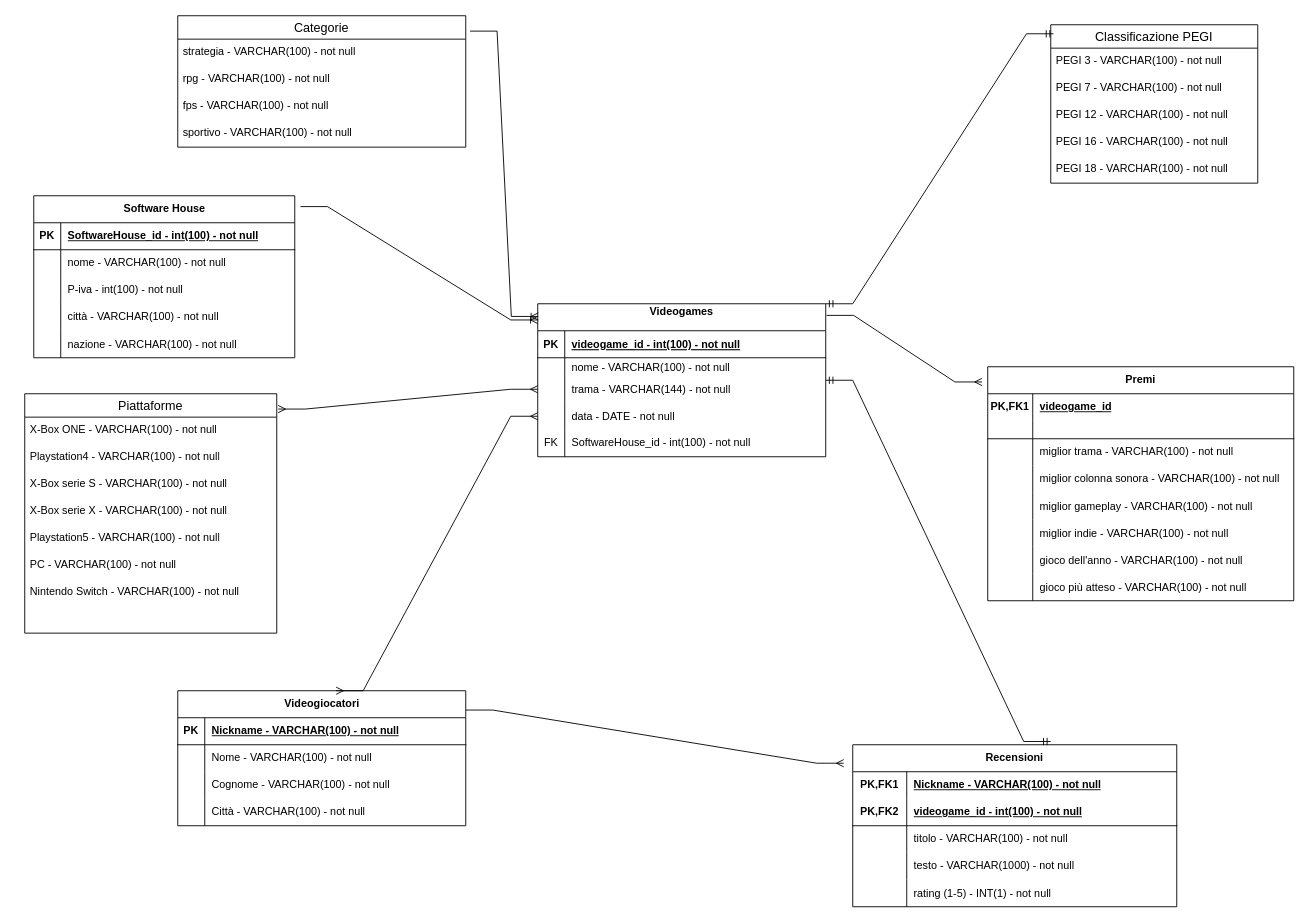
Before: Diagramma senza titolo.drawio in LeonardoFilesi/db-videogames, a draw.io diagram. Source tidied: cells renumbered, new cells numbered last; positions are measured from the earlier drawing's top-left corner, leaving out a move shared by most shapes. Both pictures are drawn from the tidied source at 90%, with x=0, y=0 at pixel (24, -39).
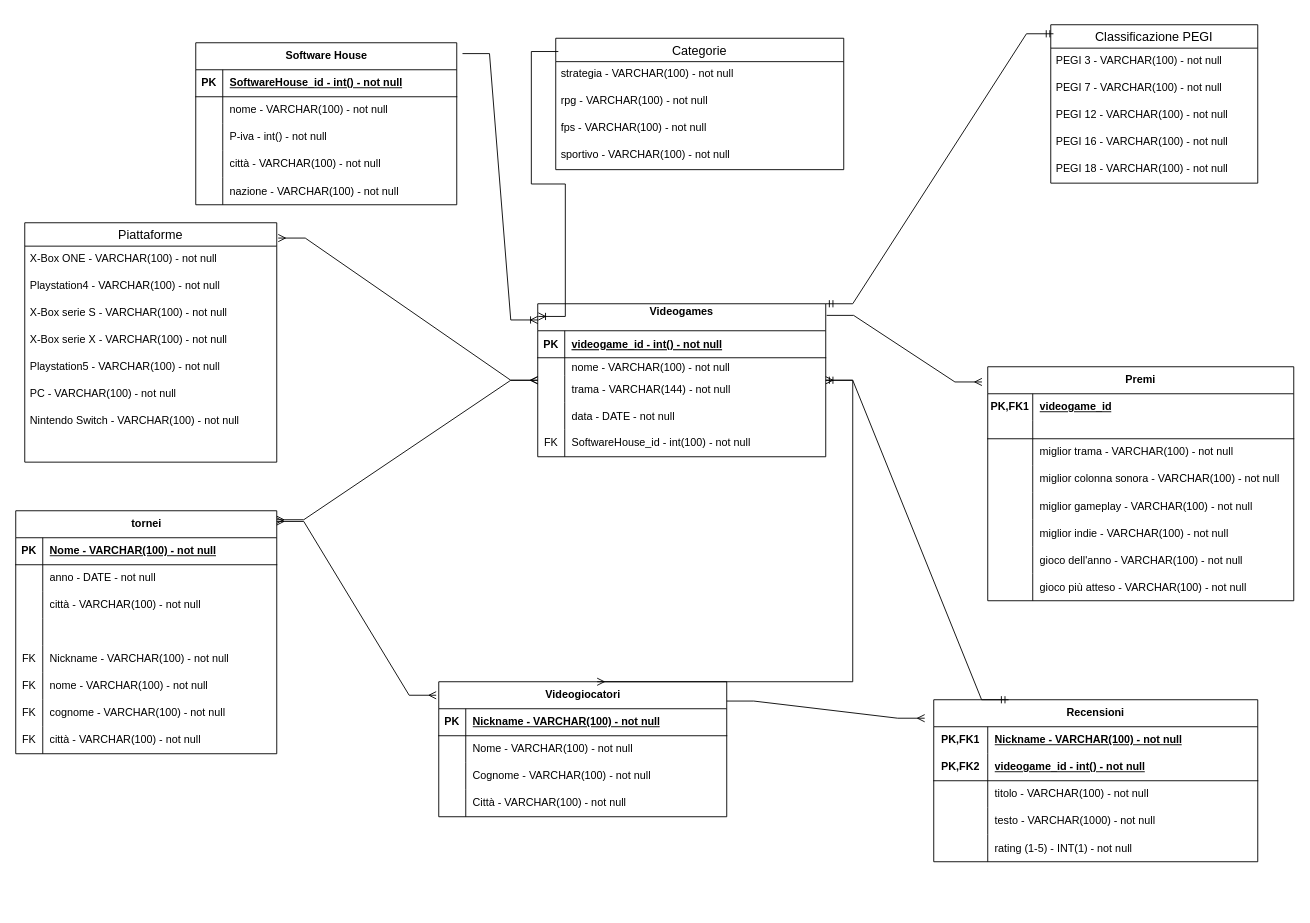
After the change.

The change refers to these unchanged cells:
```xml
<mxCell id="2" value="Videogames&#10;" style="shape=table;startSize=30;childLayout=tableLayout;rowLines=0;fontStyle=1;align=center;" parent="1" vertex="1">
  <mxGeometry x="570" y="380" width="320" height="170" as="geometry" />
</mxCell>
<mxCell id="3" style="shape=partialRectangle;fillColor=none;top=0;left=0;right=0;bottom=1;" parent="2" vertex="1">
  <mxGeometry y="30" width="320" height="30" as="geometry" />
</mxCell>
<mxCell id="9" style="shape=tableRow;horizontal=0;startSize=0;swimlaneHead=0;swimlaneBody=0;fillColor=none;points=[[0,0.5],[1,0.5]];portConstraint=eastwest;top=0;left=0;right=0;bottom=0;" parent="2" vertex="1">
  <mxGeometry y="80" width="320" height="30" as="geometry" />
</mxCell>
<mxCell id="12" style="shape=partialRectangle;fillColor=none;points=[[0,0.5],[1,0.5]];portConstraint=eastwest;top=0;left=0;right=0;bottom=0;" parent="2" vertex="1">
  <mxGeometry y="110" width="320" height="30" as="geometry" />
</mxCell>
<mxCell id="19" style="shape=tableRow;horizontal=0;startSize=0;swimlaneHead=0;swimlaneBody=0;fillColor=none;top=0;left=0;right=0;bottom=1;" parent="18" vertex="1">
  <mxGeometry y="30" width="290" height="30" as="geometry" />
</mxCell>
<mxCell id="25" style="shape=tableRow;horizontal=0;startSize=0;swimlaneHead=0;swimlaneBody=0;fillColor=none;top=0;left=0;right=0;bottom=0;" parent="18" vertex="1">
  <mxGeometry y="90" width="290" height="30" as="geometry" />
</mxCell>
<mxCell id="71" style="shape=tableRow;horizontal=0;startSize=0;swimlaneHead=0;swimlaneBody=0;fillColor=none;top=0;left=0;right=0;bottom=1;html=1;" parent="67" vertex="1">
  <mxGeometry y="60" width="360" height="30" as="geometry" />
</mxCell>
```

What changed in the source:
```diff
@@
-    <mxCell id="5" value="videogame_id - int(100) - not null" style="shape=partialRectangle;overflow=hidden;fillColor=none;top=0;left=0;bottom=0;right=0;align=left;spacingLeft=6;fontStyle=5;" parent="3" vertex="1">
+    <mxCell id="5" value="videogame_id - int() - not null" style="shape=partialRectangle;overflow=hidden;fillColor=none;top=0;left=0;bottom=0;right=0;align=left;spacingLeft=6;fontStyle=5;" parent="3" vertex="1">
       <mxGeometry x="30" width="290" height="30" as="geometry" />
     </mxCell>
@@
     <mxCell id="18" value="Software House" style="shape=table;startSize=30;childLayout=tableLayout;rowLines=0;fontStyle=1;align=center;html=1;" parent="1" vertex="1">
-      <mxGeometry x="10" y="260" width="290" height="180" as="geometry" />
+      <mxGeometry x="190" y="90" width="290" height="180" as="geometry" />
     </mxCell>
@@
-    <mxCell id="21" value="SoftwareHouse_id&amp;nbsp;- int(100) - not null" style="shape=partialRectangle;fillColor=none;top=0;left=0;bottom=0;right=0;align=left;spacingLeft=6;fontStyle=5;overflow=hidden;whiteSpace=wrap;html=1;" parent="19" vertex="1">
+    <mxCell id="21" value="SoftwareHouse_id&amp;nbsp;- int() - not null" style="shape=partialRectangle;fillColor=none;top=0;left=0;bottom=0;right=0;align=left;spacingLeft=6;fontStyle=5;overflow=hidden;whiteSpace=wrap;html=1;" parent="19" vertex="1">
       <mxGeometry x="30" width="260" height="30" as="geometry" />
     </mxCell>
@@
-    <mxCell id="27" value="P-iva - int(100) - not null" style="shape=partialRectangle;fillColor=none;top=0;left=0;bottom=0;right=0;align=left;spacingLeft=6;overflow=hidden;whiteSpace=wrap;html=1;" parent="25" vertex="1">
+    <mxCell id="27" value="P-iva - int() - not null" style="shape=partialRectangle;fillColor=none;top=0;left=0;bottom=0;right=0;align=left;spacingLeft=6;overflow=hidden;whiteSpace=wrap;html=1;" parent="25" vertex="1">
       <mxGeometry x="30" width="260" height="30" as="geometry" />
     </mxCell>
@@
     <mxCell id="34" value="Piattaforme" style="swimlane;fontStyle=0;horizontal=1;startSize=26;align=center;fontSize=14;" parent="1" vertex="1">
-      <mxGeometry y="480" width="280" height="266" as="geometry" />
+      <mxGeometry y="290" width="280" height="266" as="geometry" />
     </mxCell>
@@
     <mxCell id="43" value="Categorie" style="swimlane;fontStyle=0;horizontal=1;startSize=26;align=center;fontSize=14;" parent="1" vertex="1">
-      <mxGeometry x="170" y="60" width="320" height="146" as="geometry" />
+      <mxGeometry x="590" y="85" width="320" height="146" as="geometry" />
     </mxCell>
@@
     <mxCell id="54" value="Videogiocatori" style="shape=table;startSize=30;childLayout=tableLayout;rowLines=0;fontStyle=1;align=center;html=1;" parent="1" vertex="1">
-      <mxGeometry x="170" y="810" width="320" height="150" as="geometry" />
+      <mxGeometry x="460" y="800" width="320" height="150" as="geometry" />
     </mxCell>
@@
     <mxCell id="67" value="Recensioni" style="shape=table;startSize=30;childLayout=tableLayout;rowLines=0;fontStyle=1;align=center;html=1;whiteSpace=wrap;" parent="1" vertex="1">
-      <mxGeometry x="920" y="870" width="360" height="180" as="geometry" />
+      <mxGeometry x="1010" y="820" width="360" height="180" as="geometry" />
     </mxCell>
@@
-    <mxCell id="73" value="videogame_id&amp;nbsp;- int(100) - not null" style="shape=partialRectangle;fillColor=none;top=0;left=0;bottom=0;right=0;align=left;spacingLeft=6;fontStyle=5;overflow=hidden;html=1;whiteSpace=wrap;" parent="71" vertex="1">
+    <mxCell id="73" value="videogame_id&amp;nbsp;- int() - not null" style="shape=partialRectangle;fillColor=none;top=0;left=0;bottom=0;right=0;align=left;spacingLeft=6;fontStyle=5;overflow=hidden;html=1;whiteSpace=wrap;" parent="71" vertex="1">
       <mxGeometry x="60" width="300" height="30" as="geometry" />
     </mxCell>
@@
-    <mxCell id="83" style="edgeStyle=entityRelationEdgeStyle;fontSize=12;html=1;endArrow=ERmany;startArrow=ERmany;rounded=0;entryX=0;entryY=0.5;entryDx=0;entryDy=0;exitX=1.006;exitY=0.064;exitDx=0;exitDy=0;exitPerimeter=0;" parent="1" edge="1" source="34" target="9">
+    <mxCell id="83" style="edgeStyle=entityRelationEdgeStyle;fontSize=12;html=1;endArrow=ERmany;startArrow=ERmany;rounded=0;exitX=1.006;exitY=0.064;exitDx=0;exitDy=0;exitPerimeter=0;" parent="1" edge="1" source="34" target="2">
       <mxGeometry relative="1" as="geometry">
         <Array as="points">
           <mxPoint x="500" y="420" />
         </Array>
       </mxGeometry>
     </mxCell>
-    <mxCell id="84" style="edgeStyle=entityRelationEdgeStyle;fontSize=12;html=1;endArrow=ERoneToMany;rounded=0;exitX=1.015;exitY=0.117;exitDx=0;exitDy=0;exitPerimeter=0;entryX=0.002;entryY=0.083;entryDx=0;entryDy=0;entryPerimeter=0;" parent="1" edge="1" source="43" target="2">
+    <mxCell id="84" style="edgeStyle=entityRelationEdgeStyle;fontSize=12;html=1;endArrow=ERoneToMany;rounded=0;exitX=0.009;exitY=0.101;exitDx=0;exitDy=0;exitPerimeter=0;entryX=0.002;entryY=0.083;entryDx=0;entryDy=0;entryPerimeter=0;" parent="1" edge="1" source="43" target="2">
       <mxGeometry relative="1" as="geometry">
         <Array as="points">
           <mxPoint x="540" y="280" />
           <mxPoint x="570" y="360" />
         </Array>
       </mxGeometry>
     </mxCell>
@@
-    <mxCell id="89" style="edgeStyle=entityRelationEdgeStyle;fontSize=12;html=1;endArrow=ERmandOne;startArrow=ERmandOne;rounded=0;entryX=0.611;entryY=-0.02;entryDx=0;entryDy=0;entryPerimeter=0;" parent="1" edge="1" source="2" target="67">
+    <mxCell id="89" style="edgeStyle=entityRelationEdgeStyle;fontSize=12;html=1;endArrow=ERmandOne;startArrow=ERmandOne;rounded=0;entryX=0.231;entryY=0;entryDx=0;entryDy=0;entryPerimeter=0;" parent="1" edge="1" source="2" target="67">
       <mxGeometry relative="1" as="geometry" />
     </mxCell>
-    <mxCell id="90" style="edgeStyle=entityRelationEdgeStyle;fontSize=12;html=1;endArrow=ERmany;startArrow=ERmany;rounded=0;entryX=0;entryY=0.5;entryDx=0;entryDy=0;exitX=0.55;exitY=0;exitDx=0;exitDy=0;exitPerimeter=0;" parent="1" edge="1" source="54" target="12">
+    <mxCell id="90" style="edgeStyle=entityRelationEdgeStyle;fontSize=12;html=1;endArrow=ERmany;startArrow=ERmany;rounded=0;exitX=0.55;exitY=0;exitDx=0;exitDy=0;exitPerimeter=0;" parent="1" edge="1" source="54" target="2">
       <mxGeometry relative="1" as="geometry">
         <Array as="points">
           <mxPoint x="290" y="590" />
+          <mxPoint x="540" y="690" />
           <mxPoint x="390" y="620" />
         </Array>
       </mxGeometry>
     </mxCell>
@@
+    <mxCell id="116" value="tornei" style="shape=table;startSize=30;childLayout=tableLayout;rowLines=0;fontStyle=1;align=center;html=1;" parent="1" vertex="1">
+      <mxGeometry x="-10" y="610" width="290" height="270" as="geometry" />
+    </mxCell>
+    <mxCell id="117" style="shape=tableRow;horizontal=0;startSize=0;swimlaneHead=0;swimlaneBody=0;fillColor=none;top=0;left=0;right=0;bottom=1;" parent="116" vertex="1">
+      <mxGeometry y="30" width="290" height="30" as="geometry" />
+    </mxCell>
+    <mxCell id="118" value="PK" style="shape=partialRectangle;fillColor=none;top=0;left=0;bottom=0;right=0;fontStyle=1;overflow=hidden;whiteSpace=wrap;html=1;" parent="117" vertex="1">
+      <mxGeometry width="30" height="30" as="geometry" />
+    </mxCell>
+    <mxCell id="119" value="Nome - VARCHAR(100) - not null" style="shape=partialRectangle;fillColor=none;top=0;left=0;bottom=0;right=0;align=left;spacingLeft=6;fontStyle=5;overflow=hidden;whiteSpace=wrap;html=1;" parent="117" vertex="1">
+      <mxGeometry x="30" width="260" height="30" as="geometry" />
+    </mxCell>
+    <mxCell id="120" style="shape=tableRow;horizontal=0;startSize=0;swimlaneHead=0;swimlaneBody=0;fillColor=none;top=0;left=0;right=0;bottom=0;" parent="116" vertex="1">
+      <mxGeometry y="60" width="290" height="30" as="geometry" />
+    </mxCell>
+    <mxCell id="121" style="shape=partialRectangle;fillColor=none;top=0;left=0;bottom=0;right=0;overflow=hidden;whiteSpace=wrap;html=1;" parent="120" vertex="1">
+      <mxGeometry width="30" height="30" as="geometry" />
+    </mxCell>
+    <mxCell id="122" value="anno - DATE - not null" style="shape=partialRectangle;fillColor=none;top=0;left=0;bottom=0;right=0;align=left;spacingLeft=6;overflow=hidden;whiteSpace=wrap;html=1;" parent="120" vertex="1">
+      <mxGeometry x="30" width="260" height="30" as="geometry" />
+    </mxCell>
+    <mxCell id="123" style="shape=tableRow;horizontal=0;startSize=0;swimlaneHead=0;swimlaneBody=0;fillColor=none;top=0;left=0;right=0;bottom=0;" parent="116" vertex="1">
+      <mxGeometry y="90" width="290" height="30" as="geometry" />
+    </mxCell>
+    <mxCell id="124" style="shape=partialRectangle;fillColor=none;top=0;left=0;bottom=0;right=0;overflow=hidden;whiteSpace=wrap;html=1;" parent="123" vertex="1">
+      <mxGeometry width="30" height="30" as="geometry" />
+    </mxCell>
+    <mxCell id="125" value="città - VARCHAR(100) - not null" style="shape=partialRectangle;fillColor=none;top=0;left=0;bottom=0;right=0;align=left;spacingLeft=6;overflow=hidden;whiteSpace=wrap;html=1;" parent="123" vertex="1">
+      <mxGeometry x="30" width="260" height="30" as="geometry" />
+    </mxCell>
+    <mxCell id="126" style="shape=tableRow;horizontal=0;startSize=0;swimlaneHead=0;swimlaneBody=0;fillColor=none;top=0;left=0;right=0;bottom=0;" parent="116" vertex="1">
+      <mxGeometry y="120" width="290" height="30" as="geometry" />
+    </mxCell>
+    <mxCell id="127" style="shape=partialRectangle;fillColor=none;top=0;left=0;bottom=0;right=0;overflow=hidden;whiteSpace=wrap;html=1;" parent="126" vertex="1">
+      <mxGeometry width="30" height="30" as="geometry" />
+    </mxCell>
+    <mxCell id="128" style="shape=partialRectangle;fillColor=none;top=0;left=0;bottom=0;right=0;align=left;spacingLeft=6;overflow=hidden;whiteSpace=wrap;html=1;" parent="126" vertex="1">
+      <mxGeometry x="30" width="260" height="30" as="geometry" />
+    </mxCell>
+    <mxCell id="129" style="shape=tableRow;horizontal=0;startSize=0;swimlaneHead=0;swimlaneBody=0;fillColor=none;top=0;left=0;right=0;bottom=0;" parent="116" vertex="1">
+      <mxGeometry y="150" width="290" height="30" as="geometry" />
+    </mxCell>
+    <mxCell id="130" value="FK" style="shape=partialRectangle;fillColor=none;top=0;left=0;bottom=0;right=0;fontStyle=0;overflow=hidden;whiteSpace=wrap;html=1;" parent="129" vertex="1">
+      <mxGeometry width="30" height="30" as="geometry" />
+    </mxCell>
+    <mxCell id="131" value="Nickname - VARCHAR(100) - not null" style="shape=partialRectangle;fillColor=none;top=0;left=0;bottom=0;right=0;align=left;spacingLeft=6;fontStyle=0;overflow=hidden;whiteSpace=wrap;html=1;" parent="129" vertex="1">
+      <mxGeometry x="30" width="260" height="30" as="geometry" />
+    </mxCell>
+    <mxCell id="132" style="shape=tableRow;horizontal=0;startSize=0;swimlaneHead=0;swimlaneBody=0;fillColor=none;top=0;left=0;right=0;bottom=0;" parent="116" vertex="1">
+      <mxGeometry y="180" width="290" height="30" as="geometry" />
+    </mxCell>
+    <mxCell id="133" value="FK" style="shape=partialRectangle;fillColor=none;top=0;left=0;bottom=0;right=0;fontStyle=0;overflow=hidden;whiteSpace=wrap;html=1;" parent="132" vertex="1">
+      <mxGeometry width="30" height="30" as="geometry" />
+    </mxCell>
+    <mxCell id="134" value="nome - VARCHAR(100) - not null" style="shape=partialRectangle;fillColor=none;top=0;left=0;bottom=0;right=0;align=left;spacingLeft=6;fontStyle=0;overflow=hidden;whiteSpace=wrap;html=1;" parent="132" vertex="1">
+      <mxGeometry x="30" width="260" height="30" as="geometry" />
+    </mxCell>
+    <mxCell id="135" style="shape=tableRow;horizontal=0;startSize=0;swimlaneHead=0;swimlaneBody=0;fillColor=none;top=0;left=0;right=0;bottom=0;" parent="116" vertex="1">
+      <mxGeometry y="210" width="290" height="30" as="geometry" />
+    </mxCell>
+    <mxCell id="136" value="FK" style="shape=partialRectangle;fillColor=none;top=0;left=0;bottom=0;right=0;fontStyle=0;overflow=hidden;whiteSpace=wrap;html=1;" parent="135" vertex="1">
+      <mxGeometry width="30" height="30" as="geometry" />
+    </mxCell>
+    <mxCell id="137" value="cognome - VARCHAR(100) - not null" style="shape=partialRectangle;fillColor=none;top=0;left=0;bottom=0;right=0;align=left;spacingLeft=6;fontStyle=0;overflow=hidden;whiteSpace=wrap;html=1;" parent="135" vertex="1">
+      <mxGeometry x="30" width="260" height="30" as="geometry" />
+    </mxCell>
+    <mxCell id="138" style="shape=tableRow;horizontal=0;startSize=0;swimlaneHead=0;swimlaneBody=0;fillColor=none;top=0;left=0;right=0;bottom=0;" parent="116" vertex="1">
+      <mxGeometry y="240" width="290" height="30" as="geometry" />
+    </mxCell>
+    <mxCell id="139" value="FK" style="shape=partialRectangle;fillColor=none;top=0;left=0;bottom=0;right=0;fontStyle=0;overflow=hidden;whiteSpace=wrap;html=1;" parent="138" vertex="1">
+      <mxGeometry width="30" height="30" as="geometry" />
+    </mxCell>
+    <mxCell id="140" value="città - VARCHAR(100) - not null" style="shape=partialRectangle;fillColor=none;top=0;left=0;bottom=0;right=0;align=left;spacingLeft=6;fontStyle=0;overflow=hidden;whiteSpace=wrap;html=1;" parent="138" vertex="1">
+      <mxGeometry x="30" width="260" height="30" as="geometry" />
+    </mxCell>
+    <mxCell id="141" style="edgeStyle=entityRelationEdgeStyle;fontSize=12;html=1;endArrow=ERmany;startArrow=ERmany;rounded=0;exitX=1;exitY=0.044;exitDx=0;exitDy=0;exitPerimeter=0;entryX=-0.009;entryY=0.1;entryDx=0;entryDy=0;entryPerimeter=0;" parent="1" edge="1" source="116" target="54">
+      <mxGeometry relative="1" as="geometry" />
+    </mxCell>
+    <mxCell id="142" style="edgeStyle=entityRelationEdgeStyle;fontSize=12;html=1;endArrow=ERmany;startArrow=ERmany;rounded=0;exitX=1;exitY=0.037;exitDx=0;exitDy=0;exitPerimeter=0;" parent="1" edge="1" source="116" target="2">
+      <mxGeometry relative="1" as="geometry" />
+    </mxCell>
```
